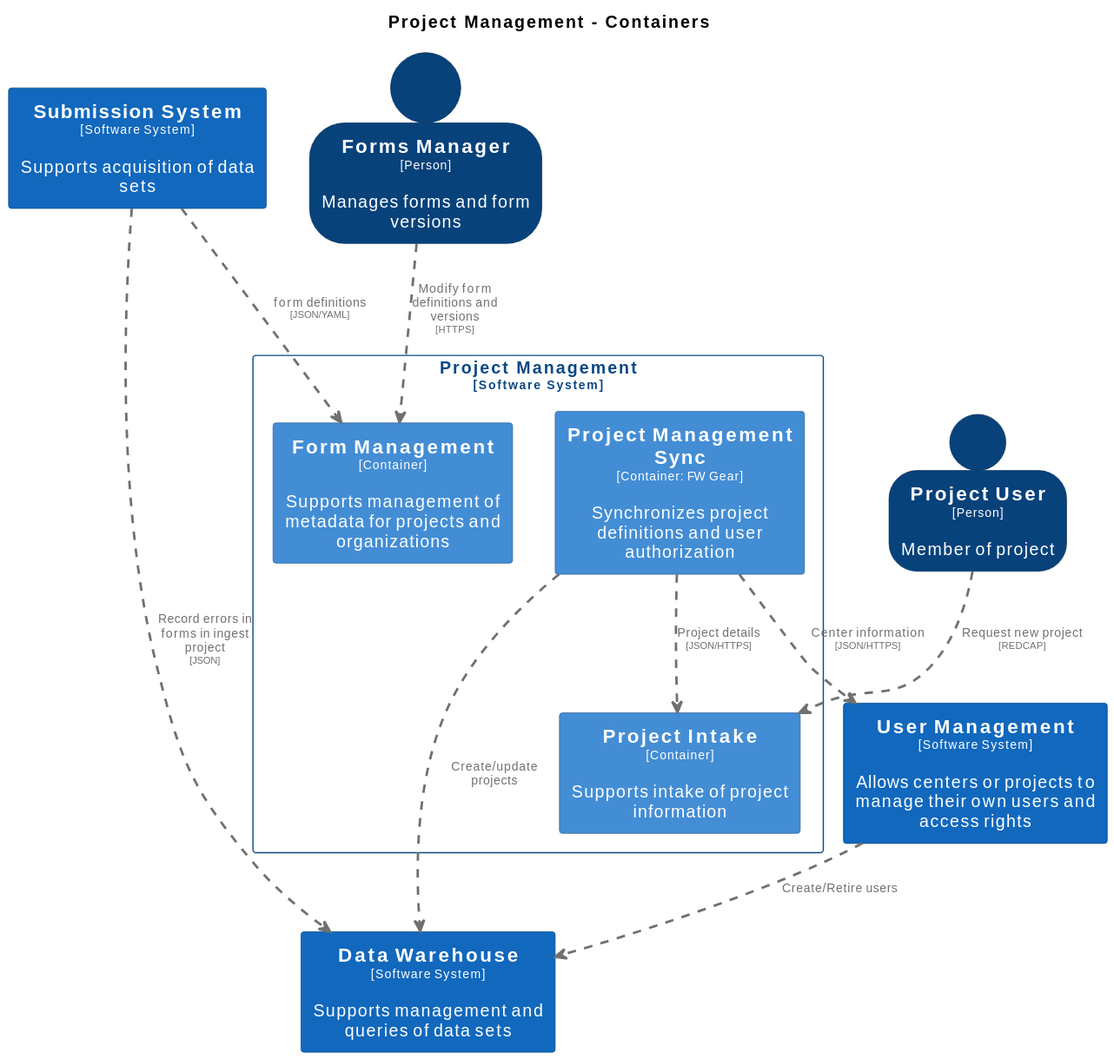
naccdata/system-design keeps this PlantUML diagram as docs/images/structurizr-ProjectManagementContainers.svg. Above is the earlier version.
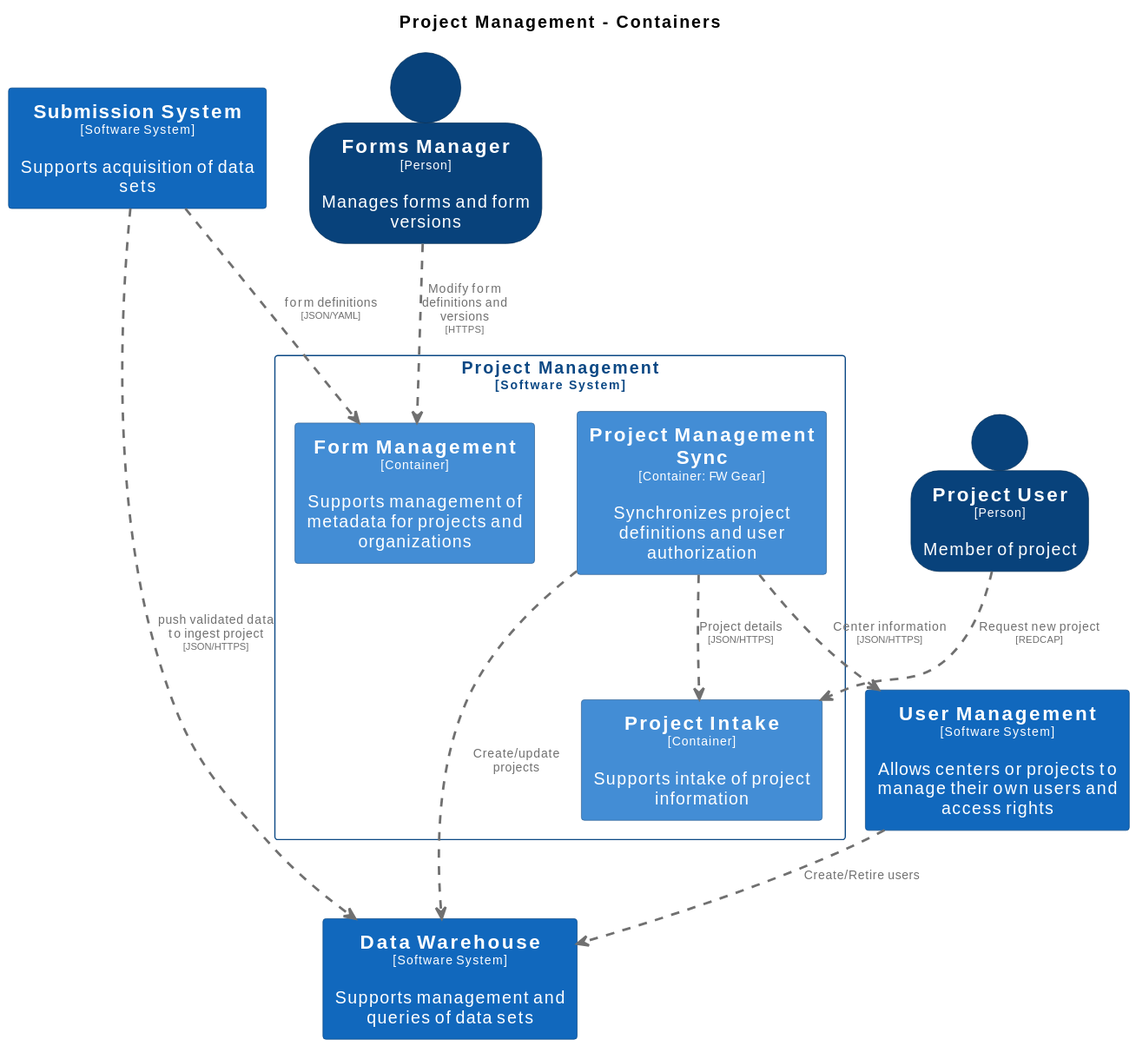
The same file after the commit.

Diff of the diagram source:
```diff
@@ -76,6 +76,6 @@
 ProjectManagement.ProjectManagementSync .[#707070,thickness=2].> UserManagement : "<color:#707070>Center information\n<color:#707070><size:8>[JSON/HTTPS]</size>"
 ProjectManagement.ProjectManagementSync .[#707070,thickness=2].> ProjectManagement.ProjectIntake : "<color:#707070>Project details\n<color:#707070><size:8>[JSON/HTTPS]</size>"
 ProjectManagement.ProjectManagementSync .[#707070,thickness=2].> DataWarehouse : "<color:#707070>Create/update projects"
-SubmissionSystem .[#707070,thickness=2].> DataWarehouse : "<color:#707070>Record errors in forms in ingest project\n<color:#707070><size:8>[JSON]</size>"
 SubmissionSystem .[#707070,thickness=2].> ProjectManagement.FormManagement : "<color:#707070>form definitions\n<color:#707070><size:8>[JSON/YAML]</size>"
+SubmissionSystem .[#707070,thickness=2].> DataWarehouse : "<color:#707070>push validated data to ingest project\n<color:#707070><size:8>[JSON/HTTPS]</size>"
 @enduml
```
